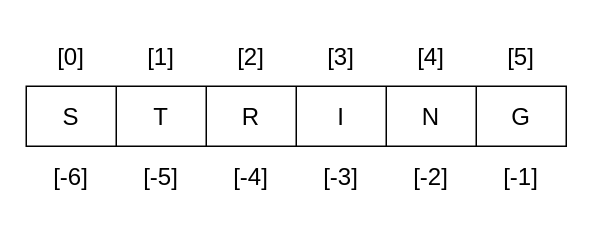
kushnertodd/basic-data-science keeps this draw.io diagram as docs/diagrams.drawio. Above is the earlier version. Source tidied: cells renumbered, new cells numbered last; positions are measured from the earlier drawing's top-left corner, leaving out a move shared by most shapes. Both pictures are drawn from the tidied source at 150%, with x=0, y=0 at pixel (26, 26).
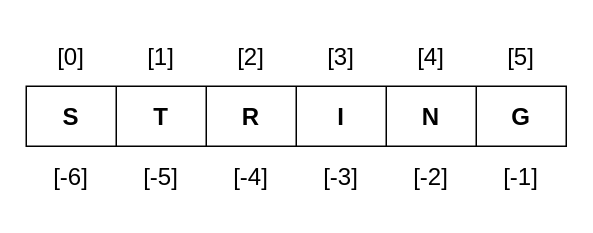
Above is the later version.

Commit message:
strings diagram

Unchanged cells that the change refers to:
```xml
<mxCell id="3" style="shape=tableRow;horizontal=0;startSize=0;swimlaneHead=0;swimlaneBody=0;strokeColor=inherit;top=0;left=0;bottom=0;right=0;fillColor=none;fontSize=16;" parent="2" vertex="1">
  <mxGeometry width="360" height="40" as="geometry" />
</mxCell>
```

The edit, as a diff of the source:
```diff
@@
-    <mxCell id="2" style="shape=table;startSize=0;childLayout=tableLayout;fontSize=16;" parent="1" vertex="1">
+    <mxCell id="2" style="shape=table;startSize=0;childLayout=tableLayout;fontSize=16;fontStyle=1;" parent="1" vertex="1">
       <mxGeometry y="40" width="360" height="40" as="geometry" />
     </mxCell>
@@
-    <mxCell id="4" value="S" style="shape=partialRectangle;html=1;whiteSpace=wrap;strokeColor=inherit;overflow=hidden;fillColor=none;top=0;left=0;bottom=0;right=0;fontSize=16;" parent="3" vertex="1">
+    <mxCell id="4" value="&lt;b&gt;S&lt;/b&gt;" style="shape=partialRectangle;html=1;whiteSpace=wrap;strokeColor=inherit;overflow=hidden;fillColor=none;top=0;left=0;bottom=0;right=0;fontSize=16;" parent="3" vertex="1">
       <mxGeometry width="60" height="40" as="geometry" />
     </mxCell>
-    <mxCell id="5" value="T" style="shape=partialRectangle;html=1;whiteSpace=wrap;strokeColor=inherit;overflow=hidden;fillColor=none;top=0;left=0;bottom=0;right=0;fontSize=16;" parent="3" vertex="1">
+    <mxCell id="5" value="&lt;b&gt;T&lt;/b&gt;" style="shape=partialRectangle;html=1;whiteSpace=wrap;strokeColor=inherit;overflow=hidden;fillColor=none;top=0;left=0;bottom=0;right=0;fontSize=16;" parent="3" vertex="1">
       <mxGeometry x="60" width="60" height="40" as="geometry" />
     </mxCell>
-    <mxCell id="6" value="R" style="shape=partialRectangle;html=1;whiteSpace=wrap;strokeColor=inherit;overflow=hidden;fillColor=none;top=0;left=0;bottom=0;right=0;fontSize=16;" parent="3" vertex="1">
+    <mxCell id="6" value="&lt;b&gt;R&lt;/b&gt;" style="shape=partialRectangle;html=1;whiteSpace=wrap;strokeColor=inherit;overflow=hidden;fillColor=none;top=0;left=0;bottom=0;right=0;fontSize=16;" parent="3" vertex="1">
       <mxGeometry x="120" width="60" height="40" as="geometry" />
     </mxCell>
-    <mxCell id="7" value="I" style="shape=partialRectangle;html=1;whiteSpace=wrap;strokeColor=inherit;overflow=hidden;fillColor=none;top=0;left=0;bottom=0;right=0;fontSize=16;" parent="3" vertex="1">
+    <mxCell id="7" value="&lt;b&gt;I&lt;/b&gt;" style="shape=partialRectangle;html=1;whiteSpace=wrap;strokeColor=inherit;overflow=hidden;fillColor=none;top=0;left=0;bottom=0;right=0;fontSize=16;" parent="3" vertex="1">
       <mxGeometry x="180" width="60" height="40" as="geometry" />
     </mxCell>
-    <mxCell id="8" value="N" style="shape=partialRectangle;html=1;whiteSpace=wrap;strokeColor=inherit;overflow=hidden;fillColor=none;top=0;left=0;bottom=0;right=0;fontSize=16;" parent="3" vertex="1">
+    <mxCell id="8" value="&lt;b&gt;N&lt;/b&gt;" style="shape=partialRectangle;html=1;whiteSpace=wrap;strokeColor=inherit;overflow=hidden;fillColor=none;top=0;left=0;bottom=0;right=0;fontSize=16;" parent="3" vertex="1">
       <mxGeometry x="240" width="60" height="40" as="geometry" />
     </mxCell>
-    <mxCell id="9" value="G" style="shape=partialRectangle;html=1;whiteSpace=wrap;strokeColor=inherit;overflow=hidden;fillColor=none;top=0;left=0;bottom=0;right=0;fontSize=16;" parent="3" vertex="1">
+    <mxCell id="9" value="&lt;b&gt;G&lt;/b&gt;" style="shape=partialRectangle;html=1;whiteSpace=wrap;strokeColor=inherit;overflow=hidden;fillColor=none;top=0;left=0;bottom=0;right=0;fontSize=16;" parent="3" vertex="1">
       <mxGeometry x="300" width="60" height="40" as="geometry" />
     </mxCell>
```
